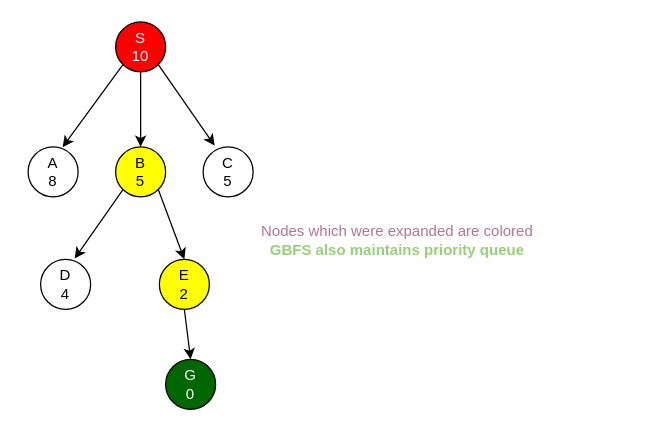
nabilrt/My-Projects keeps this draw.io diagram as GBFS.drawio. Above is the earlier version. Source tidied: cells renumbered, new cells numbered last; positions are measured from the earlier drawing's top-left corner, leaving out a move shared by most shapes. Both pictures are drawn from the tidied source at 125%, with x=0, y=0 at pixel (28, 21).
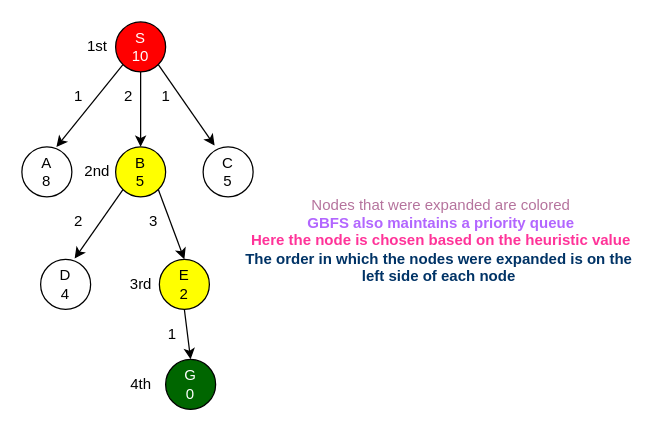
The same diagram, later.

The edit, as a diff of the source:
```diff
@@
     <mxCell id="4" value="A&lt;br&gt;8" style="ellipse;whiteSpace=wrap;html=1;" parent="1" vertex="1">
-      <mxGeometry y="100" width="40" height="40" as="geometry" />
+      <mxGeometry x="-5" y="100" width="40" height="40" as="geometry" />
     </mxCell>
@@
-    <mxCell id="15" value="&lt;font color=&quot;#b5739d&quot;&gt;Nodes which were expanded are colored&lt;/font&gt;&lt;br&gt;&lt;b&gt;&lt;font color=&quot;#97d077&quot;&gt;GBFS also maintains priority queue&lt;/font&gt;&lt;/b&gt;" style="text;html=1;align=center;verticalAlign=middle;strokeColor=none;fillColor=none;fontColor=#FFFFFF;" parent="1" vertex="1">
-      <mxGeometry x="180" y="160" width="230" height="30" as="geometry" />
+    <mxCell id="15" value="&lt;font color=&quot;#b5739d&quot;&gt;Nodes that were expanded are colored&lt;/font&gt;&lt;br&gt;&lt;b&gt;&lt;font color=&quot;#b266ff&quot;&gt;GBFS also maintains a priority queue&lt;/font&gt;&lt;/b&gt;&lt;br&gt;&lt;b&gt;&lt;font color=&quot;#ff3399&quot;&gt;Here the node is chosen based on the heuristic value&lt;/font&gt;&lt;br&gt;&lt;font color=&quot;#003366&quot;&gt;The order in which the nodes were expanded is on the&amp;nbsp;&lt;br&gt;left side of each node&amp;nbsp;&lt;/font&gt;&lt;/b&gt;" style="text;html=1;align=center;verticalAlign=middle;strokeColor=none;fillColor=none;fontColor=#FFFFFF;" parent="1" vertex="1">
+      <mxGeometry x="165" y="140" width="330" height="70" as="geometry" />
     </mxCell>
+    <mxCell id="16" value="&lt;font color=&quot;#000000&quot;&gt;1&lt;/font&gt;" style="text;html=1;align=center;verticalAlign=middle;strokeColor=none;fillColor=none;fontColor=#FF0080;" parent="1" vertex="1">
+      <mxGeometry x="30" y="50" width="20" height="20" as="geometry" />
+    </mxCell>
+    <mxCell id="17" value="2" style="text;html=1;align=center;verticalAlign=middle;strokeColor=none;fillColor=none;fontColor=#000000;" parent="1" vertex="1">
+      <mxGeometry x="70" y="50" width="20" height="20" as="geometry" />
+    </mxCell>
+    <mxCell id="18" value="1" style="text;html=1;align=center;verticalAlign=middle;strokeColor=none;fillColor=none;fontColor=#000000;" parent="1" vertex="1">
+      <mxGeometry x="100" y="50" width="20" height="20" as="geometry" />
+    </mxCell>
+    <mxCell id="19" value="2" style="text;html=1;align=center;verticalAlign=middle;strokeColor=none;fillColor=none;fontColor=#000000;" parent="1" vertex="1">
+      <mxGeometry x="30" y="150" width="20" height="20" as="geometry" />
+    </mxCell>
+    <mxCell id="20" value="3" style="text;html=1;align=center;verticalAlign=middle;strokeColor=none;fillColor=none;fontColor=#000000;" parent="1" vertex="1">
+      <mxGeometry x="90" y="150" width="20" height="20" as="geometry" />
+    </mxCell>
+    <mxCell id="21" value="1" style="text;html=1;align=center;verticalAlign=middle;strokeColor=none;fillColor=none;fontColor=#000000;" parent="1" vertex="1">
+      <mxGeometry x="105" y="240" width="20" height="20" as="geometry" />
+    </mxCell>
+    <mxCell id="22" value="1st" style="text;html=1;align=center;verticalAlign=middle;strokeColor=none;fillColor=none;fontColor=#000000;" parent="1" vertex="1">
+      <mxGeometry x="40" y="10" width="30" height="20" as="geometry" />
+    </mxCell>
+    <mxCell id="23" value="2nd" style="text;html=1;align=center;verticalAlign=middle;strokeColor=none;fillColor=none;fontColor=#000000;" parent="1" vertex="1">
+      <mxGeometry x="35" y="110" width="40" height="20" as="geometry" />
+    </mxCell>
+    <mxCell id="24" value="3rd" style="text;html=1;align=center;verticalAlign=middle;strokeColor=none;fillColor=none;fontColor=#000000;" parent="1" vertex="1">
+      <mxGeometry x="75" y="200" width="30" height="20" as="geometry" />
+    </mxCell>
+    <mxCell id="25" value="4th" style="text;html=1;align=center;verticalAlign=middle;strokeColor=none;fillColor=none;fontColor=#000000;" parent="1" vertex="1">
+      <mxGeometry x="75" y="280" width="30" height="20" as="geometry" />
+    </mxCell>
```
